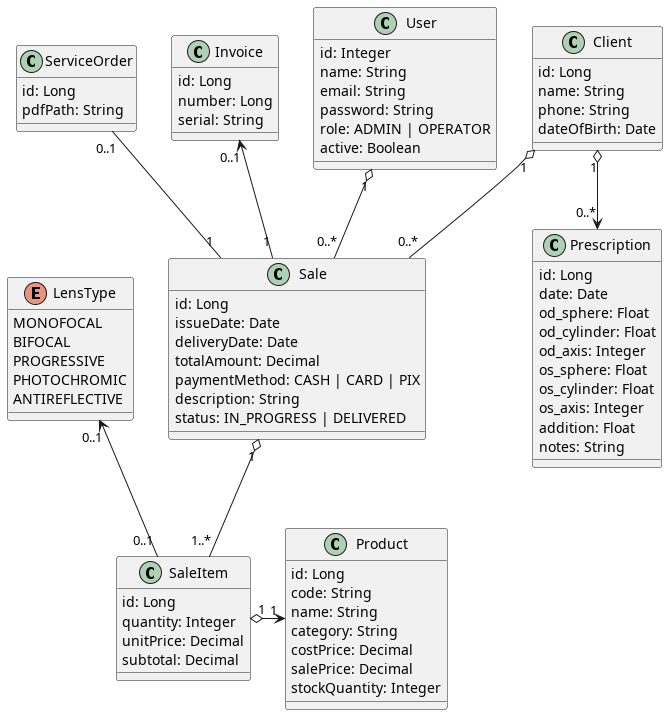
The PlantUML diagram out/docs/model/model.png in Andre-Franco1/optica-manager-conception, before a commit.
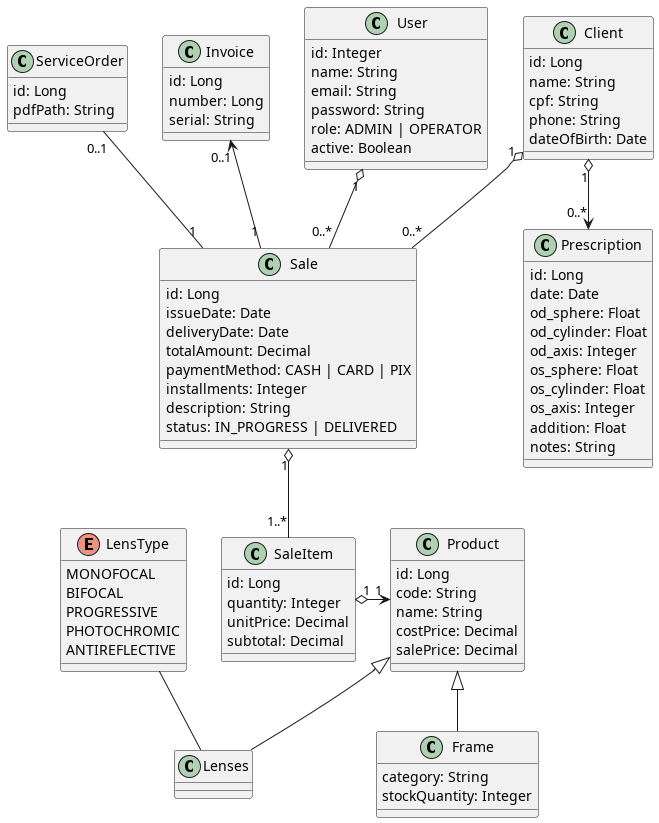
After the change.

What changed in the source:
```diff
@@ -3,6 +3,7 @@
 class Client {
     id: Long
     name: String
+    cpf: String
     phone: String
     dateOfBirth: Date
 }
@@ -20,10 +21,25 @@
     id: Long
     code: String
     name: String
-    category: String
     costPrice: Decimal
     salePrice: Decimal
+
+}
+
+class Frame {
+    category: String
     stockQuantity: Integer
+}
+
+class Lenses {
+}
+
+enum LensType {
+    MONOFOCAL
+    BIFOCAL
+    PROGRESSIVE
+    PHOTOCHROMIC
+    ANTIREFLECTIVE
 }
 
 class Sale {
@@ -32,6 +48,7 @@
     deliveryDate: Date
     totalAmount: Decimal
     paymentMethod: CASH | CARD | PIX
+    installments: Integer
     description: String
     status: IN_PROGRESS | DELIVERED
 }
@@ -67,21 +84,15 @@
     notes: String
 }
 
-enum LensType {
-    MONOFOCAL
-    BIFOCAL
-    PROGRESSIVE
-    PHOTOCHROMIC
-    ANTIREFLECTIVE
-}
-
 Client      "1"          o--      "0..*"    Sale
 Sale        "1"          o-d-     "1..*"    SaleItem
-SaleItem    "1"          o-r->     "1"       Product
-Sale        "1"          -u->      "0..1"    Invoice
+SaleItem    "1"          o-r->    "1"       Product
+Sale        "1"          -u->     "0..1"    Invoice
 Sale        "1"          -u-      "0..1"    ServiceOrder
 User        "1"          o--      "0..*"    Sale
 Client      "1"          o-->     "0..*"    Prescription
-SaleItem    "0..1"       -u->     "0..1"    LensType
+Lenses                   -u-                LensType
+Product                  <|--               Frame
+Product                  <|--               Lenses
 
 @enduml
```
